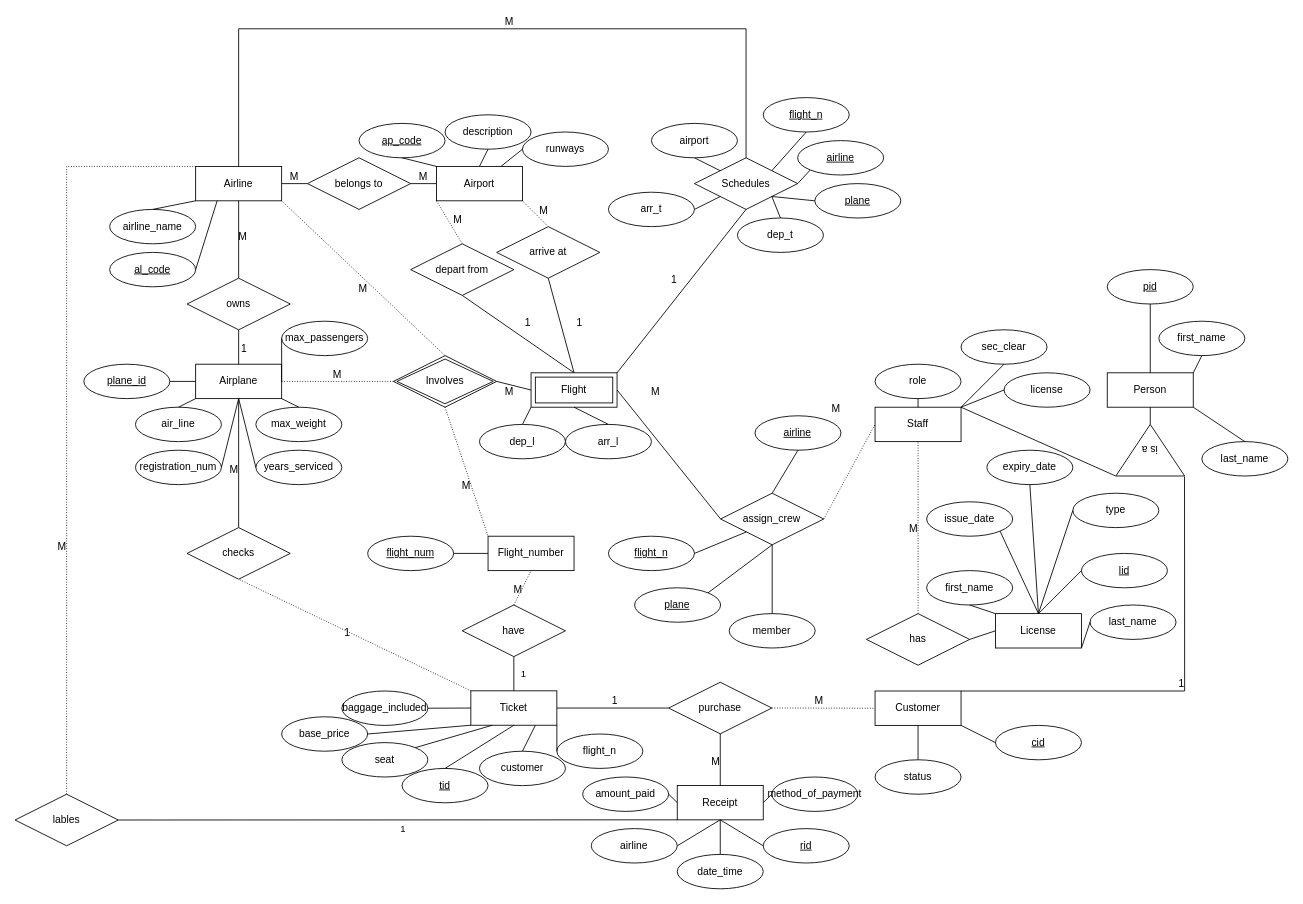
Above: Untitled Diagram.drawio in lushihui51/sb (draw.io), before the change. Source tidied: cells renumbered, new cells numbered last; positions are measured from the earlier drawing's top-left corner, leaving out a move shared by most shapes. Both pictures are drawn from the tidied source at 86%, with x=0, y=0 at pixel (15, 28).
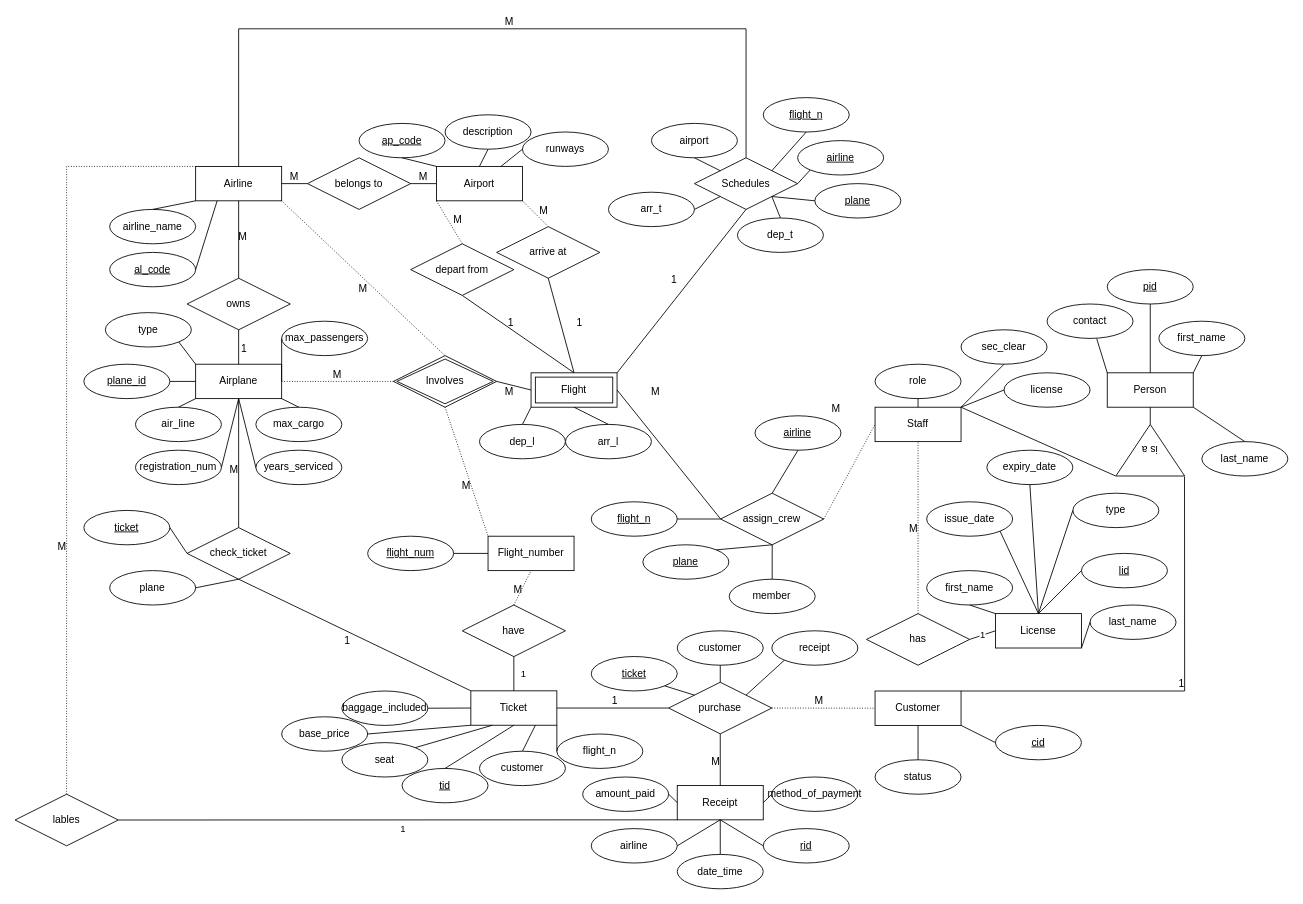
Above is the later version.

Unchanged cells that the change refers to:
```xml
<mxCell id="4" value="Airplane" style="whiteSpace=wrap;html=1;align=center;" parent="1" vertex="1">
  <mxGeometry x="210" y="390" width="100" height="40" as="geometry" />
</mxCell>
<mxCell id="5" value="Ticket" style="whiteSpace=wrap;html=1;align=center;" parent="1" vertex="1">
  <mxGeometry x="530" y="769.8" width="100" height="40" as="geometry" />
</mxCell>
<mxCell id="7" value="Person" style="whiteSpace=wrap;html=1;align=center;" parent="1" vertex="1">
  <mxGeometry x="1270" y="400" width="100" height="40" as="geometry" />
</mxCell>
<mxCell id="9" value="License" style="whiteSpace=wrap;html=1;align=center;" parent="1" vertex="1">
  <mxGeometry x="1140" y="680" width="100" height="40" as="geometry" />
</mxCell>
<mxCell id="16" value="has" style="shape=rhombus;perimeter=rhombusPerimeter;whiteSpace=wrap;html=1;align=center;" parent="1" vertex="1">
  <mxGeometry x="990" y="680" width="120" height="60" as="geometry" />
</mxCell>
<mxCell id="31" value="purchase" style="shape=rhombus;perimeter=rhombusPerimeter;whiteSpace=wrap;html=1;align=center;" parent="1" vertex="1">
  <mxGeometry x="760" y="759.8" width="120" height="60" as="geometry" />
</mxCell>
<mxCell id="121" style="endArrow=none;html=1;rounded=0;exitX=0.5;exitY=0;exitDx=0;exitDy=0;entryX=0.5;entryY=1;entryDx=0;entryDy=0;" parent="1" edge="1" source="128" target="130">
  <mxGeometry relative="1" as="geometry" />
</mxCell>
<mxCell id="168" value="assign_crew" style="shape=rhombus;perimeter=rhombusPerimeter;whiteSpace=wrap;html=1;align=center;" parent="1" vertex="1">
  <mxGeometry x="820.4" y="540" width="120" height="60" as="geometry" />
</mxCell>
```

Diff of the diagram source:
```diff
@@
-    <mxCell id="17" style="endArrow=none;html=1;rounded=0;entryX=1;entryY=0.5;entryDx=0;entryDy=0;exitX=0;exitY=0.5;exitDx=0;exitDy=0;" parent="1" edge="1" source="9" target="16">
+    <mxCell id="17" value="1" style="endArrow=none;html=1;rounded=0;entryX=1;entryY=0.5;entryDx=0;entryDy=0;exitX=0;exitY=0.5;exitDx=0;exitDy=0;" parent="1" edge="1" source="9" target="16">
       <mxGeometry relative="1" as="geometry" />
     </mxCell>
@@
-    <mxCell id="26" value="checks" style="shape=rhombus;perimeter=rhombusPerimeter;whiteSpace=wrap;html=1;align=center;" parent="1" vertex="1">
+    <mxCell id="26" value="check_ticket" style="shape=rhombus;perimeter=rhombusPerimeter;whiteSpace=wrap;html=1;align=center;" parent="1" vertex="1">
       <mxGeometry x="200" y="580" width="120" height="60" as="geometry" />
     </mxCell>
-    <mxCell id="27" style="endArrow=none;html=1;rounded=0;dashed=1;dashPattern=1 2;entryX=0.5;entryY=1;entryDx=0;entryDy=0;exitX=0;exitY=0;exitDx=0;exitDy=0;" parent="1" edge="1" source="5" target="26">
-      <mxGeometry relative="1" as="geometry" />
-    </mxCell>
-    <mxCell id="28" value="1" style="html=1;align=right;verticalAlign=bottom;" parent="27" vertex="1">
-      <mxGeometry x="1" relative="1" as="geometry">
-        <mxPoint x="130" y="70" as="offset" />
-      </mxGeometry>
-    </mxCell>
@@
-    <mxCell id="95" value="max_weight" style="ellipse;whiteSpace=wrap;html=1;align=center;" parent="1" vertex="1">
+    <mxCell id="95" value="max_cargo" style="ellipse;whiteSpace=wrap;html=1;align=center;" parent="1" vertex="1">
       <mxGeometry x="280" y="440" width="100" height="40" as="geometry" />
     </mxCell>
@@
     <mxCell id="122" value="1" style="html=1;align=right;verticalAlign=bottom;" parent="121" vertex="1">
       <mxGeometry x="1" relative="1" as="geometry">
-        <mxPoint x="80" y="40" as="offset" />
+        <mxPoint x="60" y="40" as="offset" />
       </mxGeometry>
     </mxCell>
@@
     <mxCell id="174" value="flight_n" style="ellipse;whiteSpace=wrap;html=1;align=center;fontStyle=4;" parent="1" vertex="1">
-      <mxGeometry x="690" y="590" width="100" height="40" as="geometry" />
+      <mxGeometry x="670" y="550" width="100" height="40" as="geometry" />
     </mxCell>
     <mxCell id="175" value="plane" style="ellipse;whiteSpace=wrap;html=1;align=center;fontStyle=4;" parent="1" vertex="1">
-      <mxGeometry x="720.4" y="650" width="100" height="40" as="geometry" />
+      <mxGeometry x="730" y="600" width="100" height="40" as="geometry" />
     </mxCell>
-    <mxCell id="176" style="endArrow=none;html=1;rounded=0;exitX=1;exitY=0.5;exitDx=0;exitDy=0;entryX=0;entryY=1;entryDx=0;entryDy=0;" parent="1" edge="1" source="174" target="168">
+    <mxCell id="176" style="endArrow=none;html=1;rounded=0;exitX=1;exitY=0.5;exitDx=0;exitDy=0;entryX=0;entryY=0.5;entryDx=0;entryDy=0;" parent="1" edge="1" source="174" target="168">
       <mxGeometry relative="1" as="geometry" />
     </mxCell>
@@
     <mxCell id="179" value="member" style="ellipse;whiteSpace=wrap;html=1;align=center;" parent="1" vertex="1">
-      <mxGeometry x="830.4" y="680" width="100" height="40" as="geometry" />
+      <mxGeometry x="830.4" y="640" width="100" height="40" as="geometry" />
     </mxCell>
@@
+    <mxCell id="181" value="type" style="ellipse;whiteSpace=wrap;html=1;align=center;" parent="1" vertex="1">
+      <mxGeometry x="105" y="330" width="100" height="40" as="geometry" />
+    </mxCell>
+    <mxCell id="182" style="endArrow=none;html=1;rounded=0;exitX=1;exitY=1;exitDx=0;exitDy=0;entryX=0;entryY=0;entryDx=0;entryDy=0;" parent="1" edge="1" source="181" target="4">
+      <mxGeometry relative="1" as="geometry" />
+    </mxCell>
+    <mxCell id="183" value="plane" style="ellipse;whiteSpace=wrap;html=1;align=center;" parent="1" vertex="1">
+      <mxGeometry x="110" y="630" width="100" height="40" as="geometry" />
+    </mxCell>
+    <mxCell id="184" value="ticket" style="ellipse;whiteSpace=wrap;html=1;align=center;fontStyle=4;" parent="1" vertex="1">
+      <mxGeometry x="80" y="560" width="100" height="40" as="geometry" />
+    </mxCell>
+    <mxCell id="185" style="endArrow=none;html=1;rounded=0;exitX=1;exitY=0.5;exitDx=0;exitDy=0;entryX=0;entryY=0.5;entryDx=0;entryDy=0;" parent="1" edge="1" source="184" target="26">
+      <mxGeometry relative="1" as="geometry" />
+    </mxCell>
+    <mxCell id="186" style="endArrow=none;html=1;rounded=0;exitX=1;exitY=0.5;exitDx=0;exitDy=0;entryX=0.5;entryY=1;entryDx=0;entryDy=0;" parent="1" edge="1" source="183" target="26">
+      <mxGeometry relative="1" as="geometry" />
+    </mxCell>
+    <mxCell id="27" style="endArrow=none;html=1;rounded=0;exitX=0;exitY=0;exitDx=0;exitDy=0;entryX=0.5;entryY=1;entryDx=0;entryDy=0;" parent="1" edge="1" source="5" target="26">
+      <mxGeometry relative="1" as="geometry" />
+    </mxCell>
+    <mxCell id="28" value="1" style="html=1;align=right;verticalAlign=bottom;" parent="27" vertex="1">
+      <mxGeometry x="1" relative="1" as="geometry">
+        <mxPoint x="130" y="80" as="offset" />
+      </mxGeometry>
+    </mxCell>
+    <mxCell id="187" value="ticket" style="ellipse;whiteSpace=wrap;html=1;align=center;fontStyle=4;" parent="1" vertex="1">
+      <mxGeometry x="670" y="729.9" width="100" height="40" as="geometry" />
+    </mxCell>
+    <mxCell id="188" value="customer" style="ellipse;whiteSpace=wrap;html=1;align=center;" parent="1" vertex="1">
+      <mxGeometry x="770" y="700" width="100" height="40" as="geometry" />
+    </mxCell>
+    <mxCell id="189" value="receipt" style="ellipse;whiteSpace=wrap;html=1;align=center;" parent="1" vertex="1">
+      <mxGeometry x="880" y="700" width="100" height="40" as="geometry" />
+    </mxCell>
+    <mxCell id="190" style="endArrow=none;html=1;rounded=0;exitX=1;exitY=1;exitDx=0;exitDy=0;entryX=0;entryY=0;entryDx=0;entryDy=0;" parent="1" edge="1" source="187" target="31">
+      <mxGeometry relative="1" as="geometry" />
+    </mxCell>
+    <mxCell id="191" style="endArrow=none;html=1;rounded=0;exitX=0.5;exitY=1;exitDx=0;exitDy=0;entryX=0.5;entryY=0;entryDx=0;entryDy=0;" parent="1" edge="1" source="188" target="31">
+      <mxGeometry relative="1" as="geometry" />
+    </mxCell>
+    <mxCell id="192" style="endArrow=none;html=1;rounded=0;exitX=0;exitY=1;exitDx=0;exitDy=0;entryX=1;entryY=0;entryDx=0;entryDy=0;" parent="1" edge="1" source="189" target="31">
+      <mxGeometry relative="1" as="geometry" />
+    </mxCell>
+    <mxCell id="193" value="contact" style="ellipse;whiteSpace=wrap;html=1;align=center;" parent="1" vertex="1">
+      <mxGeometry x="1200" y="320" width="100" height="40" as="geometry" />
+    </mxCell>
+    <mxCell id="194" style="endArrow=none;html=1;rounded=0;exitX=0.578;exitY=1.011;exitDx=0;exitDy=0;exitPerimeter=0;entryX=0;entryY=0;entryDx=0;entryDy=0;" parent="1" edge="1" source="193" target="7">
+      <mxGeometry relative="1" as="geometry" />
+    </mxCell>
```
